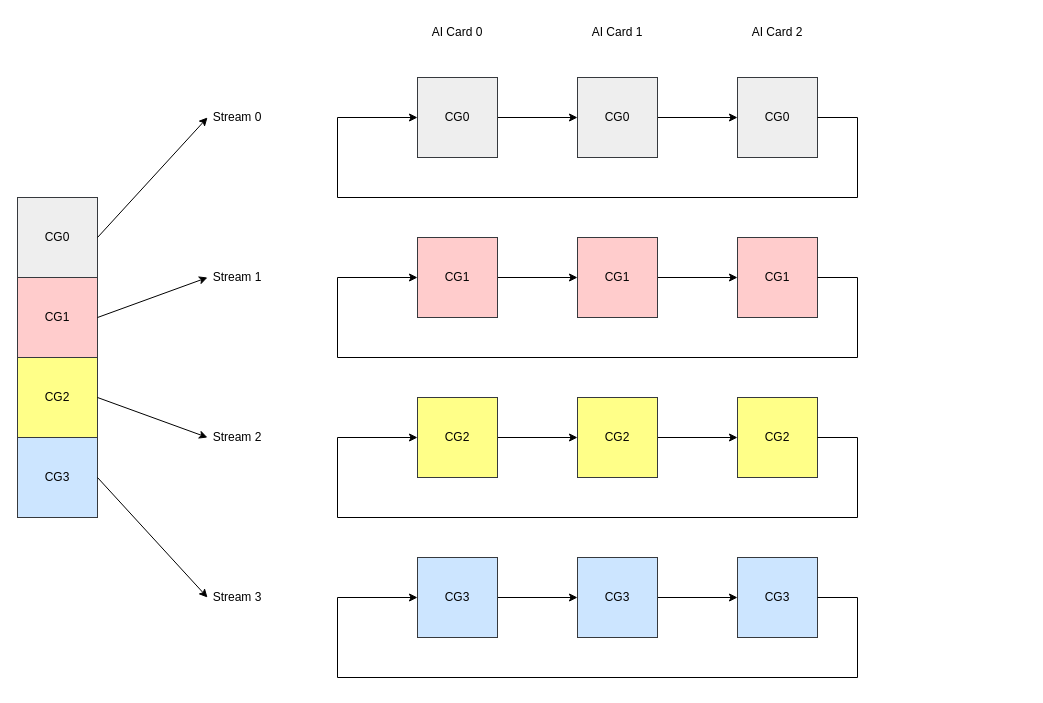
This is TCCL/device_sync_op_on_allreduce.drawio from BEYHHH/SBLP, a draw.io file, before an edit. Source tidied: cells renumbered, new cells numbered last; positions are measured from the earlier drawing's top-left corner, leaving out a move shared by most shapes. Both pictures are drawn from the tidied source at 100%, with x=0, y=0 at pixel (17, 17).
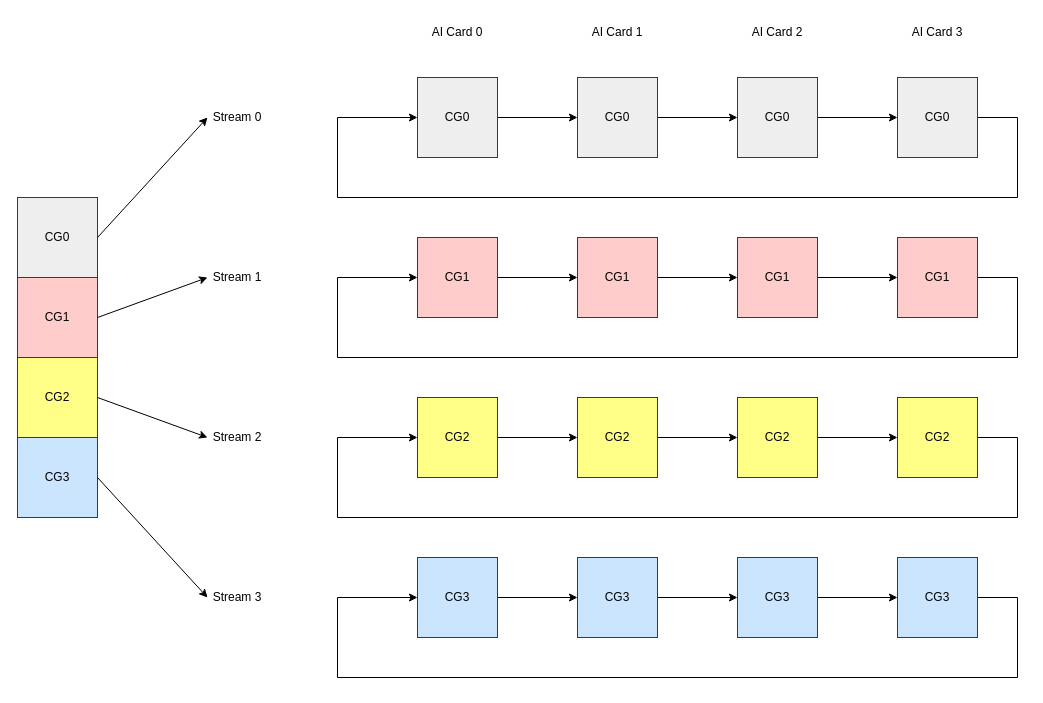
After the change.

The change refers to these unchanged cells:
```xml
<mxCell id="3" value="CG0" style="rounded=0;whiteSpace=wrap;html=1;fillColor=#eeeeee;strokeColor=#36393d;" parent="1" vertex="1">
  <mxGeometry x="400" y="60" width="80" height="80" as="geometry" />
</mxCell>
<mxCell id="18" value="CG0" style="rounded=0;whiteSpace=wrap;html=1;fillColor=#eeeeee;strokeColor=#36393d;" parent="1" vertex="1">
  <mxGeometry x="720" y="60" width="80" height="80" as="geometry" />
</mxCell>
<mxCell id="19" value="CG3" style="rounded=0;whiteSpace=wrap;html=1;fillColor=#cce5ff;strokeColor=#36393d;" parent="1" vertex="1">
  <mxGeometry x="720" y="540" width="80" height="80" as="geometry" />
</mxCell>
<mxCell id="20" value="CG1" style="rounded=0;whiteSpace=wrap;html=1;fillColor=#ffcccc;strokeColor=#36393d;" parent="1" vertex="1">
  <mxGeometry x="720" y="220" width="80" height="80" as="geometry" />
</mxCell>
<mxCell id="21" value="CG2" style="rounded=0;whiteSpace=wrap;html=1;fillColor=#ffff88;strokeColor=#36393d;" parent="1" vertex="1">
  <mxGeometry x="720" y="380" width="80" height="80" as="geometry" />
</mxCell>
```

Change to the diagram source:
```diff
@@
+    <mxCell id="42" style="edgeStyle=orthogonalEdgeStyle;rounded=0;jettySize=auto;html=1;" parent="1" edge="1" source="18" target="46">
+      <mxGeometry relative="1" as="geometry" />
+    </mxCell>
@@
+    <mxCell id="43" style="edgeStyle=orthogonalEdgeStyle;rounded=0;jettySize=auto;html=1;" parent="1" edge="1" source="19" target="49">
+      <mxGeometry relative="1" as="geometry" />
+    </mxCell>
@@
+    <mxCell id="44" style="edgeStyle=orthogonalEdgeStyle;rounded=0;jettySize=auto;html=1;" parent="1" edge="1" source="20" target="47">
+      <mxGeometry relative="1" as="geometry" />
+    </mxCell>
@@
+    <mxCell id="45" style="edgeStyle=orthogonalEdgeStyle;rounded=0;jettySize=auto;html=1;" parent="1" edge="1" source="21" target="48">
+      <mxGeometry relative="1" as="geometry" />
+    </mxCell>
@@
-    <mxCell id="29" style="endArrow=classic;html=1;rounded=0;exitX=1;exitY=0.5;exitDx=0;exitDy=0;entryX=0;entryY=0.5;entryDx=0;entryDy=0;" parent="1" edge="1" source="18" target="3">
+    <mxCell id="29" style="endArrow=classic;html=1;rounded=0;entryX=0;entryY=0.5;entryDx=0;entryDy=0;exitX=1;exitY=0.5;exitDx=0;exitDy=0;" parent="1" edge="1" source="46" target="3">
       <mxGeometry relative="1" as="geometry">
         <Array as="points">
-          <mxPoint x="840" y="100" />
-          <mxPoint x="840" y="180" />
+          <mxPoint x="1000" y="100" />
+          <mxPoint x="1000" y="180" />
           <mxPoint x="320" y="180" />
           <mxPoint x="320" y="100" />
         </Array>
       </mxGeometry>
     </mxCell>
-    <mxCell id="30" style="endArrow=classic;html=1;rounded=0;exitX=1;exitY=0.5;exitDx=0;exitDy=0;entryX=0;entryY=0.5;entryDx=0;entryDy=0;" parent="1" edge="1">
+    <mxCell id="30" style="endArrow=classic;html=1;rounded=0;entryX=0;entryY=0.5;entryDx=0;entryDy=0;exitX=1;exitY=0.5;exitDx=0;exitDy=0;" parent="1" edge="1" source="47">
       <mxGeometry relative="1" as="geometry">
-        <mxPoint x="800" y="260" as="sourcePoint" />
         <mxPoint x="400" y="260" as="targetPoint" />
         <Array as="points">
-          <mxPoint x="840" y="260" />
-          <mxPoint x="840" y="340" />
+          <mxPoint x="1000" y="260" />
+          <mxPoint x="1000" y="340" />
           <mxPoint x="320" y="340" />
           <mxPoint x="320" y="260" />
         </Array>
       </mxGeometry>
     </mxCell>
-    <mxCell id="31" style="endArrow=classic;html=1;rounded=0;exitX=1;exitY=0.5;exitDx=0;exitDy=0;entryX=0;entryY=0.5;entryDx=0;entryDy=0;" parent="1" edge="1">
+    <mxCell id="31" style="endArrow=classic;html=1;rounded=0;entryX=0;entryY=0.5;entryDx=0;entryDy=0;exitX=1;exitY=0.5;exitDx=0;exitDy=0;" parent="1" edge="1" source="48">
       <mxGeometry relative="1" as="geometry">
-        <mxPoint x="800" y="420" as="sourcePoint" />
         <mxPoint x="400" y="420" as="targetPoint" />
         <Array as="points">
-          <mxPoint x="840" y="420" />
-          <mxPoint x="840" y="500" />
+          <mxPoint x="1000" y="420" />
+          <mxPoint x="1000" y="500" />
           <mxPoint x="320" y="500" />
           <mxPoint x="320" y="420" />
         </Array>
       </mxGeometry>
     </mxCell>
-    <mxCell id="32" style="endArrow=classic;html=1;rounded=0;exitX=1;exitY=0.5;exitDx=0;exitDy=0;entryX=0;entryY=0.5;entryDx=0;entryDy=0;" parent="1" edge="1">
+    <mxCell id="32" style="endArrow=classic;html=1;rounded=0;entryX=0;entryY=0.5;entryDx=0;entryDy=0;exitX=1;exitY=0.5;exitDx=0;exitDy=0;" parent="1" edge="1" source="49">
       <mxGeometry relative="1" as="geometry">
-        <mxPoint x="800" y="580" as="sourcePoint" />
         <mxPoint x="400" y="580" as="targetPoint" />
         <Array as="points">
-          <mxPoint x="840" y="580" />
-          <mxPoint x="840" y="660" />
+          <mxPoint x="1000" y="580" />
+          <mxPoint x="1000" y="660" />
           <mxPoint x="320" y="660" />
           <mxPoint x="320" y="580" />
         </Array>
       </mxGeometry>
     </mxCell>
@@
+    <mxCell id="46" value="CG0" style="rounded=0;whiteSpace=wrap;html=1;fillColor=#eeeeee;strokeColor=#36393d;" parent="1" vertex="1">
+      <mxGeometry x="880" y="60" width="80" height="80" as="geometry" />
+    </mxCell>
+    <mxCell id="47" value="CG1" style="rounded=0;whiteSpace=wrap;html=1;fillColor=#ffcccc;strokeColor=#36393d;" parent="1" vertex="1">
+      <mxGeometry x="880" y="220" width="80" height="80" as="geometry" />
+    </mxCell>
+    <mxCell id="48" value="CG2" style="rounded=0;whiteSpace=wrap;html=1;fillColor=#ffff88;strokeColor=#36393d;" parent="1" vertex="1">
+      <mxGeometry x="880" y="380" width="80" height="80" as="geometry" />
+    </mxCell>
+    <mxCell id="49" value="CG3" style="rounded=0;whiteSpace=wrap;html=1;fillColor=#cce5ff;strokeColor=#36393d;" parent="1" vertex="1">
+      <mxGeometry x="880" y="540" width="80" height="80" as="geometry" />
+    </mxCell>
+    <mxCell id="50" value="AI Card 3" style="text;html=1;strokeColor=none;fillColor=none;align=center;verticalAlign=middle;whiteSpace=wrap;rounded=0;" parent="1" vertex="1">
+      <mxGeometry x="890" width="60" height="30" as="geometry" />
+    </mxCell>
```
